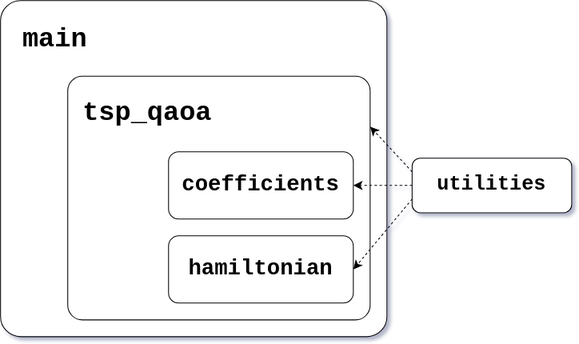
The draw.io diagram images/repo_overview.svg in PsiAlgorithms/TSP_QAOA, before a commit. Source tidied: cells renumbered, new cells last; positions are measured from the earlier drawing's top-left corner, leaving out a move shared by most shapes.
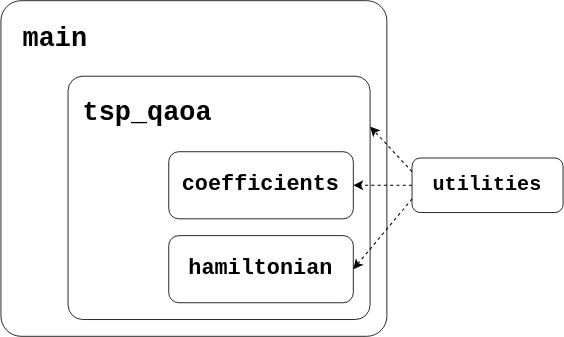
Later version of the same file.

Commit message:
added repo overview image

Diff of the diagram source:
```diff
@@ -20,19 +20,21 @@
     <mxCell id="7" value="&lt;h2&gt;&lt;b style=&quot;border-color: var(--border-color); font-family: &amp;quot;Courier New&amp;quot;; font-size: 32px;&quot;&gt;tsp_qaoa&lt;/b&gt;&lt;/h2&gt;" style="text;html=1;align=center;verticalAlign=middle;whiteSpace=wrap;rounded=0;fontSize=16;" parent="1" vertex="1">
       <mxGeometry x="80" y="120" width="190" height="30" as="geometry" />
     </mxCell>
-    <mxCell id="8" style="edgeStyle=none;curved=1;rounded=0;jettySize=auto;html=1;fontSize=12;startSize=8;endSize=8;exitX=0;exitY=0.25;exitDx=0;exitDy=0;dashed=1;" parent="1" edge="1" source="11">
+    <mxCell id="8" style="edgeStyle=none;curved=1;rounded=0;jettySize=auto;html=1;fontSize=12;startSize=8;endSize=8;exitX=0;exitY=0.25;exitDx=0;exitDy=0;dashed=1;strokeWidth=1.25;" parent="1" edge="1" source="11">
       <mxGeometry relative="1" as="geometry">
         <mxPoint x="440" y="150" as="targetPoint" />
       </mxGeometry>
     </mxCell>
-    <mxCell id="9" style="edgeStyle=none;curved=1;rounded=0;jettySize=auto;html=1;fontSize=12;startSize=8;endSize=8;exitX=0;exitY=0.5;exitDx=0;exitDy=0;entryX=1;entryY=0.5;entryDx=0;entryDy=0;dashed=1;" parent="1" edge="1" source="11" target="4">
+    <mxCell id="9" style="edgeStyle=none;curved=1;rounded=0;jettySize=auto;html=1;fontSize=12;startSize=8;endSize=8;exitX=0;exitY=0.5;exitDx=0;exitDy=0;entryX=1;entryY=0.5;entryDx=0;entryDy=0;dashed=1;strokeWidth=1.25;" parent="1" edge="1" source="11" target="4">
       <mxGeometry relative="1" as="geometry" />
     </mxCell>
-    <mxCell id="10" style="edgeStyle=none;curved=1;rounded=0;jettySize=auto;html=1;exitX=0;exitY=0.75;exitDx=0;exitDy=0;entryX=1;entryY=0.5;entryDx=0;entryDy=0;fontSize=12;startSize=8;endSize=8;dashed=1;" parent="1" edge="1" source="11" target="5">
-      <mxGeometry relative="1" as="geometry" />
+    <mxCell id="10" style="edgeStyle=none;curved=1;rounded=0;jettySize=auto;html=1;exitX=0;exitY=0.75;exitDx=0;exitDy=0;fontSize=12;startSize=8;endSize=8;dashed=1;strokeWidth=1.25;" parent="1" edge="1" source="11">
+      <mxGeometry relative="1" as="geometry">
+        <mxPoint x="420" y="320" as="targetPoint" />
+      </mxGeometry>
     </mxCell>
     <mxCell id="11" value="&lt;h3 style=&quot;border-color: var(--border-color);&quot;&gt;&lt;font style=&quot;border-color: var(--border-color); font-size: 24px;&quot; face=&quot;Courier New&quot;&gt;utilities&lt;/font&gt;&lt;/h3&gt;" style="rounded=1;whiteSpace=wrap;html=1;" parent="1" vertex="1">
-      <mxGeometry x="490" y="187.5" width="190" height="65" as="geometry" />
+      <mxGeometry x="490" y="187.5" width="180" height="65" as="geometry" />
     </mxCell>
   </root>
 </mxGraphModel>
```
